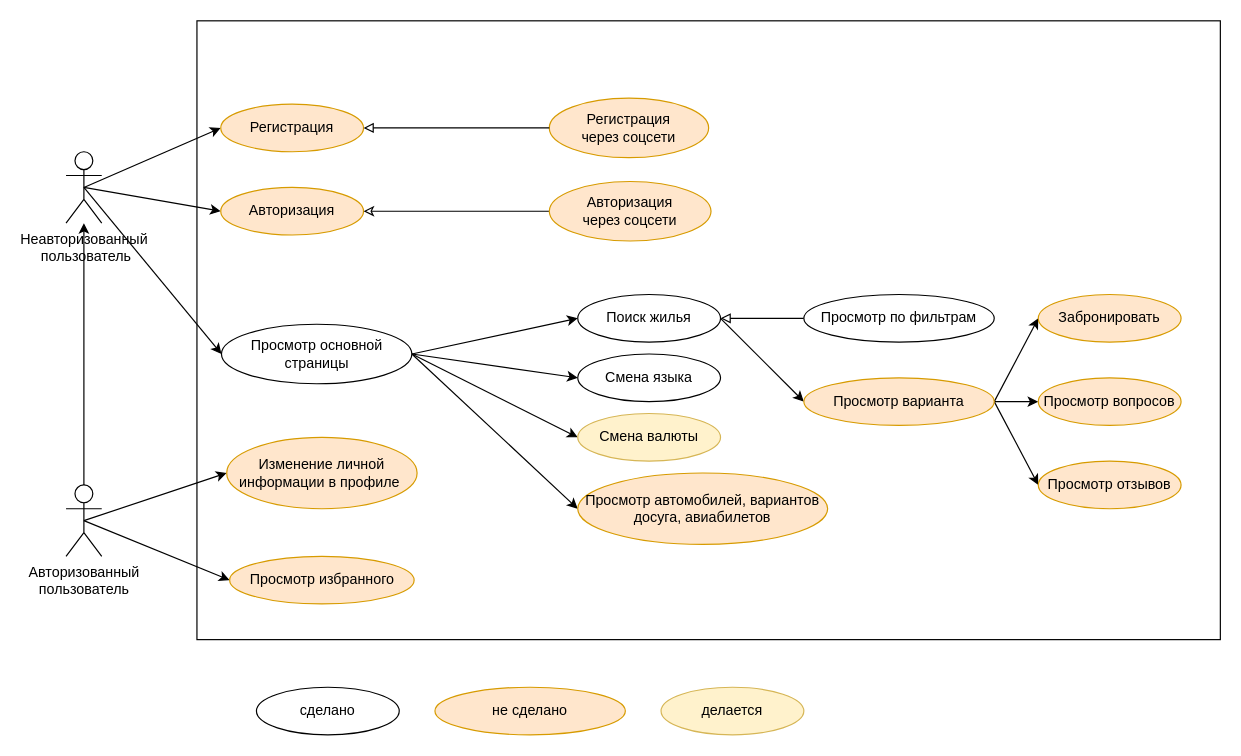
This is uml.drawio from david-d25/testing-labwork3, a draw.io file, before an edit. Source tidied: cells renumbered, new cells numbered last; positions are measured from the earlier drawing's top-left corner, leaving out a move shared by most shapes. Both pictures are drawn from the tidied source at 119%, with x=0, y=0 at pixel (65, 20).
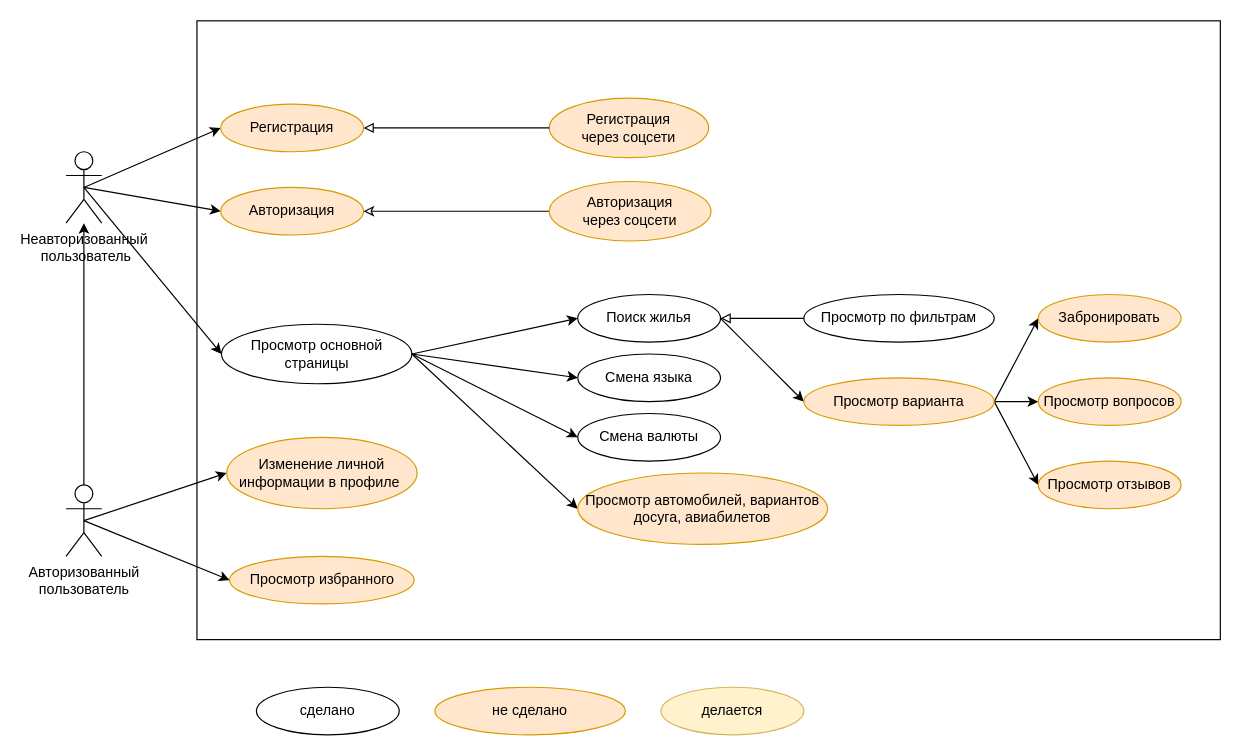
The same diagram, later.

The edit, as a diff of the source:
```diff
@@
-    <mxCell id="29" value="Смена валюты" style="ellipse;whiteSpace=wrap;html=1;fillColor=#fff2cc;strokeColor=#d6b656;" parent="1" vertex="1">
+    <mxCell id="29" value="Смена валюты" style="ellipse;whiteSpace=wrap;html=1;" parent="1" vertex="1">
       <mxGeometry x="430" y="330" width="120" height="40" as="geometry" />
     </mxCell>
```
